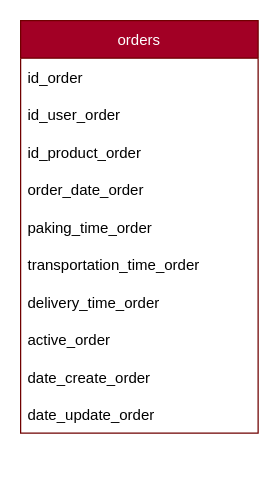
Earlier version of the draw.io diagram page "orders" (3 of 5) of data/tablas.drawio (David-Coach-Dev/Api-Deliveries). Source tidied: cells renumbered, new cells numbered last; positions are measured from the earlier drawing's top-left corner, leaving out a move shared by most shapes. Both pictures are drawn from the tidied source at 125%, with x=0, y=0 at pixel (20, 20).
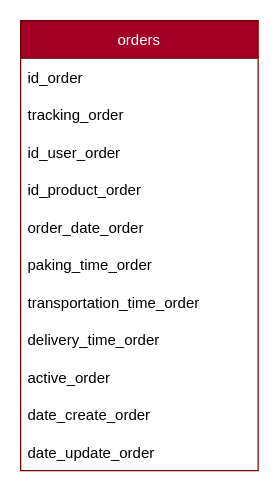
Above is the later version.

Commit message:
act de diagramas

Change to the diagram source:
```diff
@@
 <mxGraphModel>
   <root>
     <mxCell id="0" />
     <mxCell id="1" parent="0" />
     <mxCell id="2" value="orders" style="swimlane;fontStyle=0;horizontal=1;startSize=30;fillColor=#a20025;fontColor=#ffffff;strokeColor=#6F0000;" parent="1" vertex="1">
-      <mxGeometry width="190" height="330" as="geometry" />
+      <mxGeometry width="190" height="360" as="geometry" />
     </mxCell>
     <mxCell id="3" value="id_order" style="text;strokeColor=none;fillColor=none;align=left;verticalAlign=middle;spacingLeft=4;spacingRight=4;overflow=hidden;" parent="2" vertex="1">
       <mxGeometry y="30" width="190" height="30" as="geometry" />
     </mxCell>
+    <mxCell id="13" value="tracking_order" style="text;strokeColor=none;fillColor=none;align=left;verticalAlign=middle;spacingLeft=4;spacingRight=4;overflow=hidden;" parent="2" vertex="1">
+      <mxGeometry y="60" width="190" height="30" as="geometry" />
+    </mxCell>
     <mxCell id="4" value="id_user_order" style="text;strokeColor=none;fillColor=none;align=left;verticalAlign=middle;spacingLeft=4;spacingRight=4;overflow=hidden;" parent="2" vertex="1">
-      <mxGeometry y="60" width="190" height="30" as="geometry" />
+      <mxGeometry y="90" width="190" height="30" as="geometry" />
     </mxCell>
     <mxCell id="5" value="id_product_order" style="text;strokeColor=none;fillColor=none;align=left;verticalAlign=middle;spacingLeft=4;spacingRight=4;overflow=hidden;" parent="2" vertex="1">
-      <mxGeometry y="90" width="190" height="30" as="geometry" />
+      <mxGeometry y="120" width="190" height="30" as="geometry" />
     </mxCell>
     <mxCell id="6" value="order_date_order" style="text;strokeColor=none;fillColor=none;align=left;verticalAlign=middle;spacingLeft=4;spacingRight=4;overflow=hidden;" parent="2" vertex="1">
-      <mxGeometry y="120" width="190" height="30" as="geometry" />
+      <mxGeometry y="150" width="190" height="30" as="geometry" />
     </mxCell>
     <mxCell id="7" value="paking_time_order" style="text;strokeColor=none;fillColor=none;align=left;verticalAlign=middle;spacingLeft=4;spacingRight=4;overflow=hidden;" parent="2" vertex="1">
-      <mxGeometry y="150" width="190" height="30" as="geometry" />
+      <mxGeometry y="180" width="190" height="30" as="geometry" />
     </mxCell>
     <mxCell id="8" value="transportation_time_order" style="text;strokeColor=none;fillColor=none;align=left;verticalAlign=middle;spacingLeft=4;spacingRight=4;overflow=hidden;" parent="2" vertex="1">
-      <mxGeometry y="180" width="190" height="30" as="geometry" />
+      <mxGeometry y="210" width="190" height="30" as="geometry" />
     </mxCell>
     <mxCell id="9" value="delivery_time_order" style="text;strokeColor=none;fillColor=none;align=left;verticalAlign=middle;spacingLeft=4;spacingRight=4;overflow=hidden;" parent="2" vertex="1">
-      <mxGeometry y="210" width="190" height="30" as="geometry" />
+      <mxGeometry y="240" width="190" height="30" as="geometry" />
     </mxCell>
     <mxCell id="10" value="active_order" style="text;strokeColor=none;fillColor=none;align=left;verticalAlign=middle;spacingLeft=4;spacingRight=4;overflow=hidden;" parent="2" vertex="1">
-      <mxGeometry y="240" width="190" height="30" as="geometry" />
+      <mxGeometry y="270" width="190" height="30" as="geometry" />
     </mxCell>
     <mxCell id="11" value="date_create_order" style="text;strokeColor=none;fillColor=none;align=left;verticalAlign=middle;spacingLeft=4;spacingRight=4;overflow=hidden;" parent="2" vertex="1">
-      <mxGeometry y="270" width="190" height="30" as="geometry" />
+      <mxGeometry y="300" width="190" height="30" as="geometry" />
     </mxCell>
     <mxCell id="12" value="date_update_order" style="text;strokeColor=none;fillColor=none;align=left;verticalAlign=middle;spacingLeft=4;spacingRight=4;overflow=hidden;" parent="2" vertex="1">
-      <mxGeometry y="300" width="190" height="30" as="geometry" />
+      <mxGeometry y="330" width="190" height="30" as="geometry" />
     </mxCell>
   </root>
 </mxGraphModel>
```
